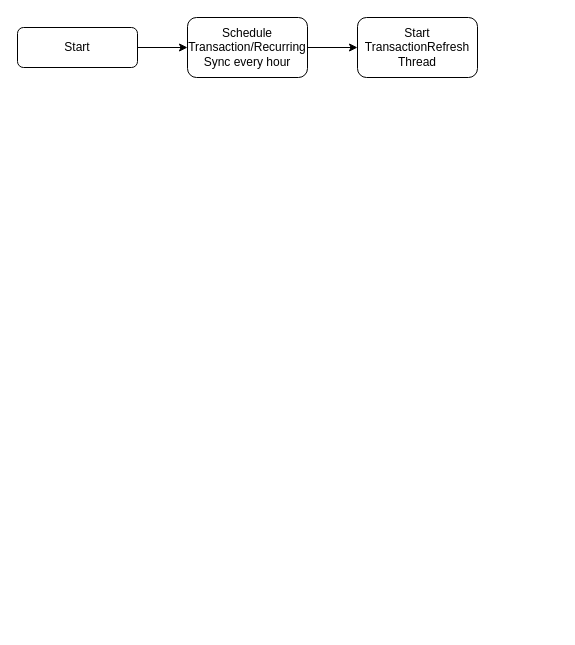
Before: src/main/TransactionFlow.drawio in AKing982/BudgetBuddy, a draw.io diagram. Source tidied: cells renumbered, new cells numbered last; positions are measured from the earlier drawing's top-left corner, leaving out a move shared by most shapes. Both pictures are drawn from the tidied source at 100%, with x=0, y=0 at pixel (17, 17).
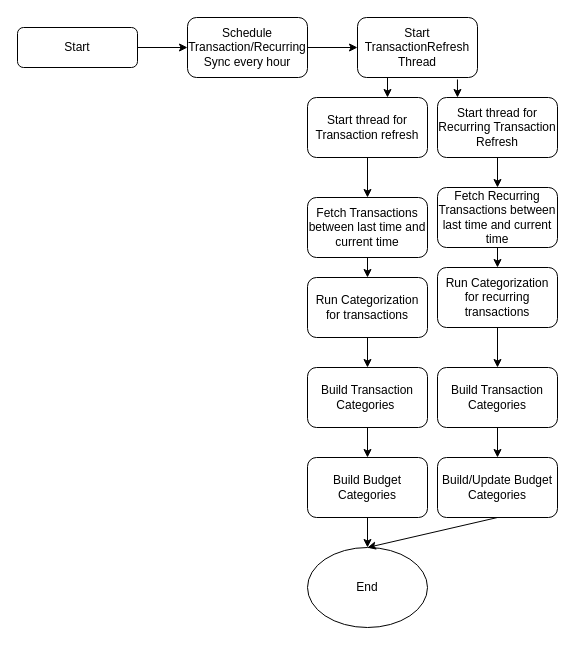
Above is the later version.

The change refers to these unchanged cells:
```xml
<mxCell id="6" value="Start TransactionRefresh Thread" style="rounded=1;whiteSpace=wrap;html=1;" parent="1" vertex="1">
  <mxGeometry x="340" width="120" height="60" as="geometry" />
</mxCell>
```

Change to the diagram source:
```diff
@@
+    <mxCell id="7" style="endArrow=classic;html=1;rounded=0;exitX=0.25;exitY=1;exitDx=0;exitDy=0;" parent="1" edge="1" source="6">
+      <mxGeometry relative="1" as="geometry">
+        <mxPoint x="370" y="80" as="targetPoint" />
+      </mxGeometry>
+    </mxCell>
+    <mxCell id="8" value="Start thread for Transaction refresh" style="rounded=1;whiteSpace=wrap;html=1;" parent="1" vertex="1">
+      <mxGeometry x="290" y="80" width="120" height="60" as="geometry" />
+    </mxCell>
+    <mxCell id="9" style="endArrow=classic;html=1;rounded=0;exitX=0.833;exitY=1.033;exitDx=0;exitDy=0;exitPerimeter=0;" parent="1" edge="1" source="6">
+      <mxGeometry relative="1" as="geometry">
+        <mxPoint x="440" y="80" as="targetPoint" />
+      </mxGeometry>
+    </mxCell>
+    <mxCell id="10" value="Start thread for Recurring Transaction Refresh" style="rounded=1;whiteSpace=wrap;html=1;" parent="1" vertex="1">
+      <mxGeometry x="420" y="80" width="120" height="60" as="geometry" />
+    </mxCell>
+    <mxCell id="11" style="endArrow=classic;html=1;rounded=0;exitX=0.5;exitY=1;exitDx=0;exitDy=0;" parent="1" edge="1" source="8">
+      <mxGeometry relative="1" as="geometry">
+        <mxPoint x="350" y="180" as="targetPoint" />
+      </mxGeometry>
+    </mxCell>
+    <mxCell id="12" style="endArrow=classic;html=1;rounded=0;exitX=0.5;exitY=1;exitDx=0;exitDy=0;" parent="1" edge="1" source="10">
+      <mxGeometry relative="1" as="geometry">
+        <mxPoint x="480" y="170" as="targetPoint" />
+      </mxGeometry>
+    </mxCell>
+    <mxCell id="13" value="Fetch Transactions between last time and current time" style="rounded=1;whiteSpace=wrap;html=1;" parent="1" vertex="1">
+      <mxGeometry x="290" y="180" width="120" height="60" as="geometry" />
+    </mxCell>
+    <mxCell id="14" style="endArrow=classic;html=1;rounded=0;exitX=0.5;exitY=1;exitDx=0;exitDy=0;" parent="1" edge="1" source="13">
+      <mxGeometry relative="1" as="geometry">
+        <mxPoint x="350" y="260" as="targetPoint" />
+      </mxGeometry>
+    </mxCell>
+    <mxCell id="15" value="Run Categorization for transactions" style="rounded=1;whiteSpace=wrap;html=1;" parent="1" vertex="1">
+      <mxGeometry x="290" y="260" width="120" height="60" as="geometry" />
+    </mxCell>
+    <mxCell id="16" style="endArrow=classic;html=1;rounded=0;exitX=0.5;exitY=1;exitDx=0;exitDy=0;" parent="1" edge="1" source="15">
+      <mxGeometry relative="1" as="geometry">
+        <mxPoint x="350" y="350" as="targetPoint" />
+      </mxGeometry>
+    </mxCell>
+    <mxCell id="17" value="Build Transaction Categories&amp;nbsp;" style="rounded=1;whiteSpace=wrap;html=1;" parent="1" vertex="1">
+      <mxGeometry x="290" y="350" width="120" height="60" as="geometry" />
+    </mxCell>
+    <mxCell id="18" style="endArrow=classic;html=1;rounded=0;exitX=0.5;exitY=1;exitDx=0;exitDy=0;" parent="1" edge="1" source="17">
+      <mxGeometry relative="1" as="geometry">
+        <mxPoint x="350" y="440" as="targetPoint" />
+      </mxGeometry>
+    </mxCell>
+    <mxCell id="19" value="Build Budget Categories" style="rounded=1;whiteSpace=wrap;html=1;" parent="1" vertex="1">
+      <mxGeometry x="290" y="440" width="120" height="60" as="geometry" />
+    </mxCell>
+    <mxCell id="20" style="endArrow=classic;html=1;rounded=0;exitX=0.5;exitY=1;exitDx=0;exitDy=0;" parent="1" edge="1" source="19" target="21">
+      <mxGeometry relative="1" as="geometry" />
+    </mxCell>
+    <mxCell id="21" value="End" style="ellipse;whiteSpace=wrap;html=1;" parent="1" vertex="1">
+      <mxGeometry x="290" y="530" width="120" height="80" as="geometry" />
+    </mxCell>
+    <mxCell id="22" value="Fetch Recurring Transactions between last time and current time" style="rounded=1;whiteSpace=wrap;html=1;" parent="1" vertex="1">
+      <mxGeometry x="420" y="170" width="120" height="60" as="geometry" />
+    </mxCell>
+    <mxCell id="23" style="endArrow=classic;html=1;rounded=0;exitX=0.5;exitY=1;exitDx=0;exitDy=0;" parent="1" edge="1" source="22">
+      <mxGeometry relative="1" as="geometry">
+        <mxPoint x="480" y="250" as="targetPoint" />
+      </mxGeometry>
+    </mxCell>
+    <mxCell id="24" value="Run Categorization for recurring transactions" style="rounded=1;whiteSpace=wrap;html=1;" parent="1" vertex="1">
+      <mxGeometry x="420" y="250" width="120" height="60" as="geometry" />
+    </mxCell>
+    <mxCell id="25" style="endArrow=classic;html=1;rounded=0;exitX=0.5;exitY=1;exitDx=0;exitDy=0;" parent="1" edge="1" source="24">
+      <mxGeometry relative="1" as="geometry">
+        <mxPoint x="480" y="350" as="targetPoint" />
+      </mxGeometry>
+    </mxCell>
+    <mxCell id="26" value="Build Transaction Categories" style="rounded=1;whiteSpace=wrap;html=1;" parent="1" vertex="1">
+      <mxGeometry x="420" y="350" width="120" height="60" as="geometry" />
+    </mxCell>
+    <mxCell id="27" style="endArrow=classic;html=1;rounded=0;exitX=0.5;exitY=1;exitDx=0;exitDy=0;" parent="1" edge="1" source="26">
+      <mxGeometry relative="1" as="geometry">
+        <mxPoint x="480" y="440" as="targetPoint" />
+      </mxGeometry>
+    </mxCell>
+    <mxCell id="28" value="Build/Update Budget Categories" style="rounded=1;whiteSpace=wrap;html=1;" parent="1" vertex="1">
+      <mxGeometry x="420" y="440" width="120" height="60" as="geometry" />
+    </mxCell>
+    <mxCell id="29" style="endArrow=classic;html=1;rounded=0;exitX=0.5;exitY=1;exitDx=0;exitDy=0;entryX=0.5;entryY=0;entryDx=0;entryDy=0;" parent="1" edge="1" source="28" target="21">
+      <mxGeometry relative="1" as="geometry" />
+    </mxCell>
```
